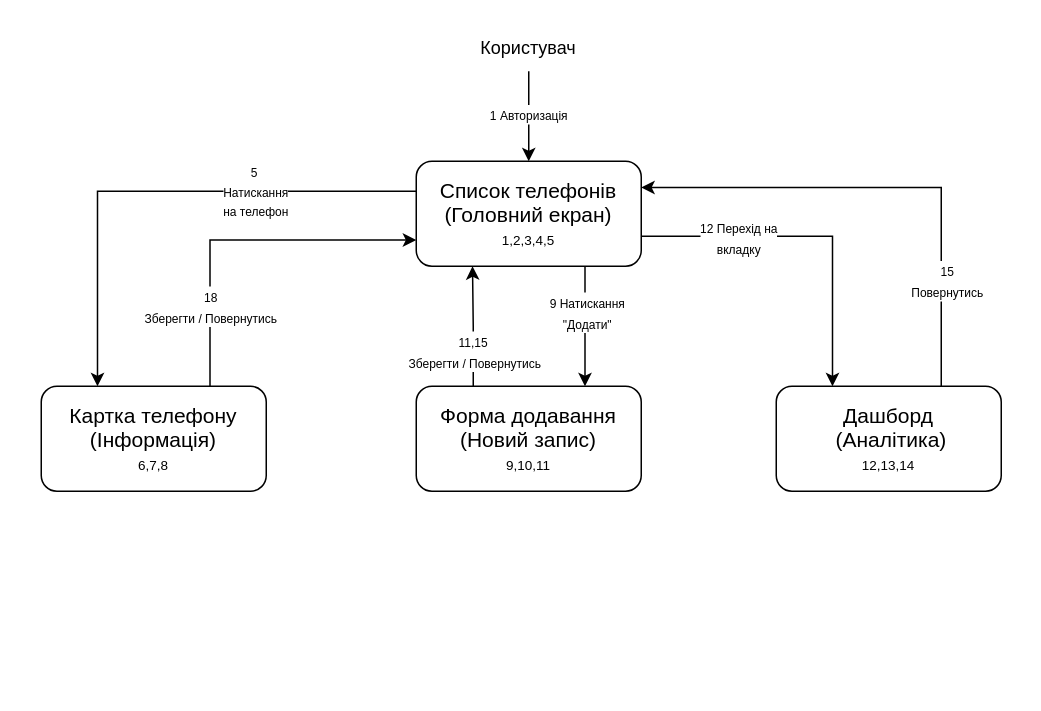
Above: page "ЛМИ-1" (6 of 6) of diagrams/NiwaPhone.drawio in HikiIN/NiwaPhone (draw.io), before the change. Source tidied: cells renumbered, new cells numbered last; positions are measured from the earlier drawing's top-left corner, leaving out a move shared by most shapes. Both pictures are drawn from the tidied source at 150%, with x=0, y=0 at pixel (26, 26).
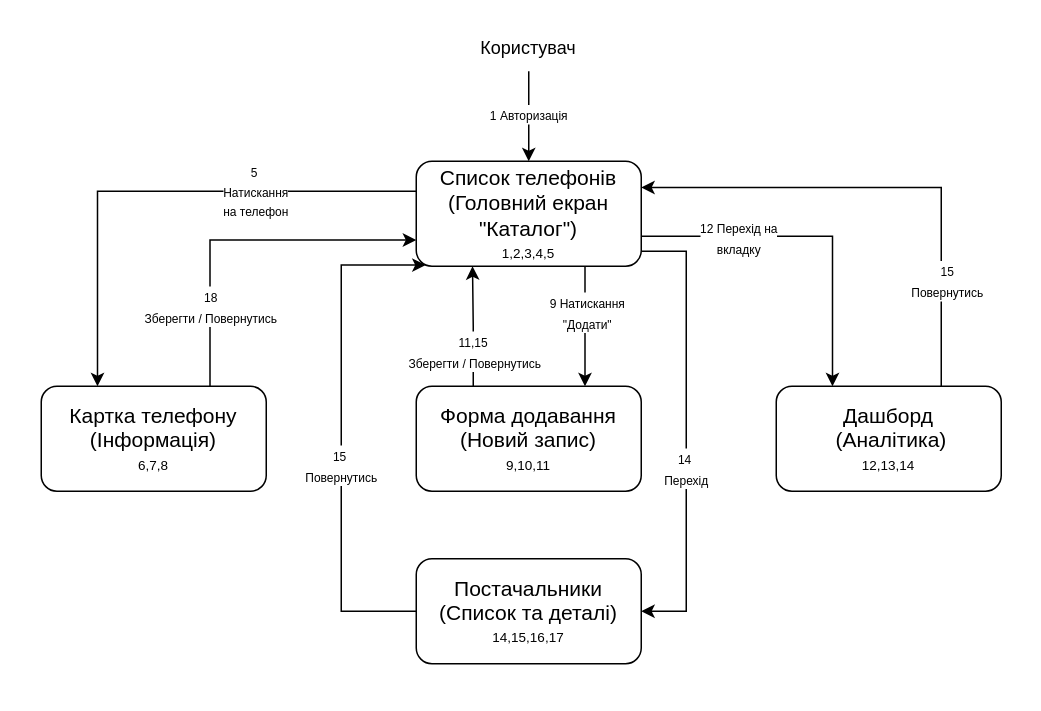
Above is the later version.

What changed in the source:
```diff
@@
     <mxCell id="2" style="rounded=0;whiteSpace=wrap;html=1;strokeColor=none;" parent="1" vertex="1">
-      <mxGeometry width="660" height="320" as="geometry" />
+      <mxGeometry width="660" height="440" as="geometry" />
     </mxCell>
@@
+    <mxCell id="22" style="edgeStyle=orthogonalEdgeStyle;rounded=0;jettySize=auto;html=1;entryX=1;entryY=0.5;entryDx=0;entryDy=0;" parent="1" edge="1" source="11" target="26">
+      <mxGeometry relative="1" as="geometry">
+        <Array as="points">
+          <mxPoint x="440" y="150" />
+          <mxPoint x="440" y="390" />
+        </Array>
+      </mxGeometry>
+    </mxCell>
+    <mxCell id="23" value="&lt;div&gt;&lt;font style=&quot;font-size: 8px;&quot;&gt;14&amp;nbsp;&lt;/font&gt;&lt;/div&gt;&lt;div&gt;&lt;font style=&quot;font-size: 8px;&quot;&gt;Перехід&lt;/font&gt;&lt;/div&gt;" style="edgeLabel;html=1;align=center;verticalAlign=middle;" parent="22" vertex="1">
+      <mxGeometry x="0.16" y="-1" relative="1" as="geometry" />
+    </mxCell>
-    <mxCell id="11" value="&lt;div&gt;&lt;font style=&quot;font-size: 14px;&quot;&gt;Список телефонів&lt;/font&gt;&lt;/div&gt;&lt;div&gt;&lt;font style=&quot;font-size: 14px;&quot;&gt;(Головний екран)&lt;/font&gt;&lt;/div&gt;&lt;div&gt;&lt;font style=&quot;font-size: 9px;&quot;&gt;1,2,3,4,5&lt;/font&gt;&lt;/div&gt;" style="rounded=1;whiteSpace=wrap;html=1;" parent="1" vertex="1">
+    <mxCell id="11" value="&lt;div&gt;&lt;font style=&quot;font-size: 14px;&quot;&gt;Список телефонів&lt;/font&gt;&lt;/div&gt;&lt;div&gt;&lt;font style=&quot;font-size: 14px;&quot;&gt;(Головний екран&lt;br&gt;&quot;Каталог&quot;)&lt;/font&gt;&lt;/div&gt;&lt;div&gt;&lt;font style=&quot;font-size: 9px;&quot;&gt;1,2,3,4,5&lt;/font&gt;&lt;/div&gt;" style="rounded=1;whiteSpace=wrap;html=1;" parent="1" vertex="1">
       <mxGeometry x="260" y="90" width="150" height="70" as="geometry" />
     </mxCell>
@@
+    <mxCell id="24" style="edgeStyle=orthogonalEdgeStyle;rounded=0;jettySize=auto;html=1;entryX=0.042;entryY=0.989;entryDx=0;entryDy=0;entryPerimeter=0;" parent="1" edge="1" source="26" target="11">
+      <mxGeometry relative="1" as="geometry">
+        <Array as="points">
+          <mxPoint x="210" y="390" />
+          <mxPoint x="210" y="159" />
+        </Array>
+      </mxGeometry>
+    </mxCell>
+    <mxCell id="25" value="&lt;div&gt;&lt;font style=&quot;font-size: 8px;&quot;&gt;15&amp;nbsp;&lt;/font&gt;&lt;/div&gt;&lt;div&gt;&lt;font style=&quot;font-size: 8px;&quot;&gt;Повернутись&lt;/font&gt;&lt;/div&gt;" style="edgeLabel;html=1;align=center;verticalAlign=middle;" parent="24" vertex="1">
+      <mxGeometry x="-0.12" y="1" relative="1" as="geometry" />
+    </mxCell>
+    <mxCell id="26" value="&lt;div&gt;&lt;font style=&quot;font-size: 14px;&quot;&gt;Постачальники (Список та деталі)&lt;/font&gt;&lt;/div&gt;&lt;div&gt;&lt;font style=&quot;font-size: 9px;&quot;&gt;14,15,16,17&lt;/font&gt;&lt;/div&gt;" style="rounded=1;whiteSpace=wrap;html=1;" parent="1" vertex="1">
+      <mxGeometry x="260" y="355" width="150" height="70" as="geometry" />
+    </mxCell>
```
